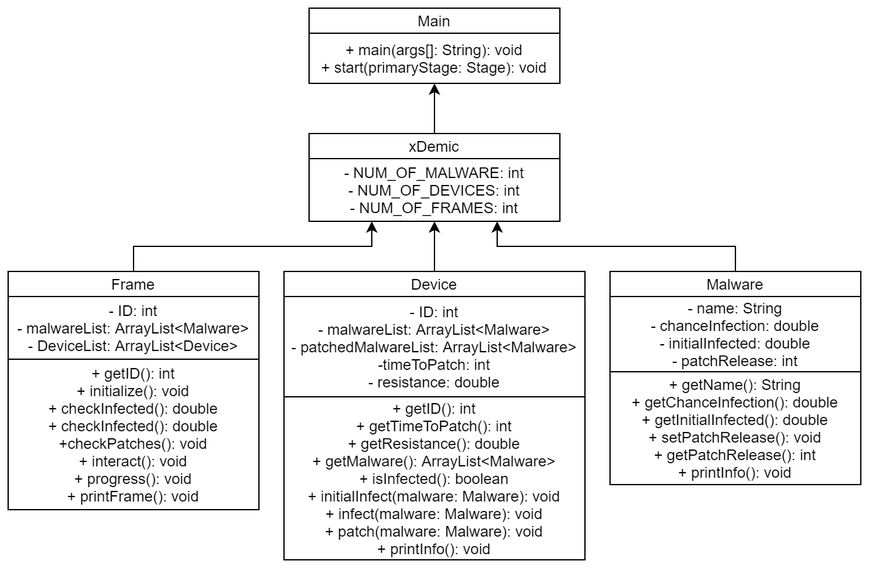
Earlier version of the draw.io export xDemic/doc/uml.png (JakobH3/xDemic). Source tidied: cells renumbered, new cells last; positions are measured from the earlier drawing's top-left corner, leaving out a move shared by most shapes.
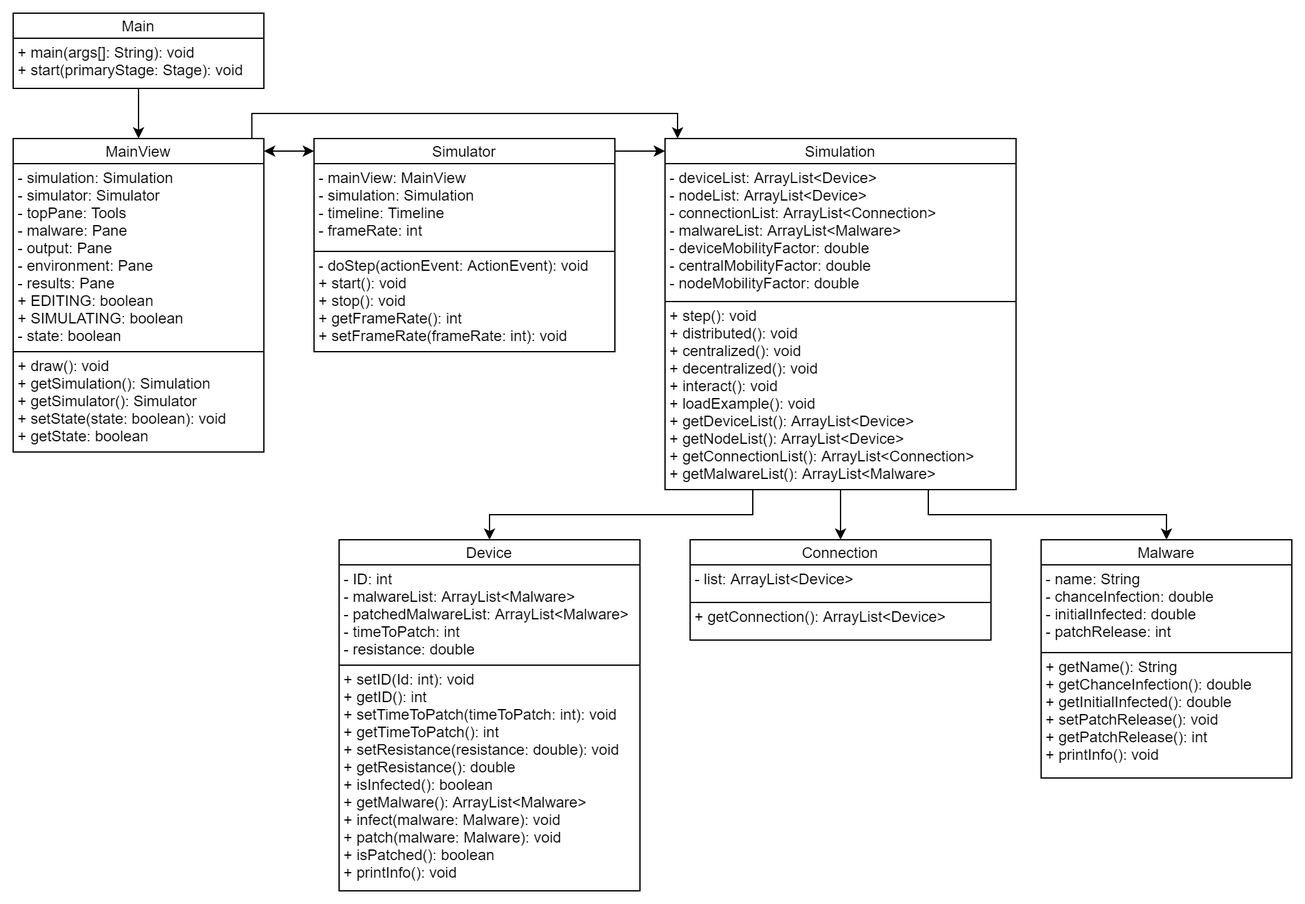
After the commit.

What changed in the source:
```diff
@@ -2,63 +2,93 @@
   <root>
     <mxCell id="0" />
     <mxCell id="1" parent="0" />
-    <mxCell id="2" value="xDemic" style="rounded=0;whiteSpace=wrap;html=1;" parent="1" vertex="1">
-      <mxGeometry x="240" y="100" width="200" height="20" as="geometry" />
-    </mxCell>
-    <mxCell id="3" value="- NUM_OF_MALWARE: int&lt;br&gt;- NUM_OF_DEVICES: int&lt;br&gt;- NUM_OF_FRAMES: int" style="rounded=0;whiteSpace=wrap;html=1;" parent="1" vertex="1">
-      <mxGeometry x="240" y="120" width="200" height="50" as="geometry" />
-    </mxCell>
-    <mxCell id="4" style="edgeStyle=orthogonalEdgeStyle;rounded=0;jettySize=auto;html=1;exitX=0.5;exitY=0;exitDx=0;exitDy=0;entryX=0.5;entryY=1;entryDx=0;entryDy=0;" parent="1" edge="1" source="5" target="3">
-      <mxGeometry relative="1" as="geometry" />
-    </mxCell>
     <mxCell id="5" value="Device" style="rounded=0;whiteSpace=wrap;html=1;" parent="1" vertex="1">
-      <mxGeometry x="220" y="210" width="240" height="20" as="geometry" />
+      <mxGeometry x="660" y="450" width="240" height="20" as="geometry" />
     </mxCell>
-    <mxCell id="6" value="- ID: int&lt;br&gt;- malwareList: ArrayList&amp;lt;Malware&amp;gt;&lt;br&gt;- patchedMalwareList: ArrayList&amp;lt;Malware&amp;gt;&lt;br&gt;-timeToPatch: int&lt;br&gt;- resistance: double" style="rounded=0;whiteSpace=wrap;html=1;" parent="1" vertex="1">
-      <mxGeometry x="220" y="230" width="240" height="80" as="geometry" />
+    <mxCell id="6" value="- ID: int&lt;br&gt;- malwareList: ArrayList&amp;lt;Malware&amp;gt;&lt;br&gt;- patchedMalwareList: ArrayList&amp;lt;Malware&amp;gt;&lt;br&gt;- timeToPatch: int&lt;br&gt;- resistance: double" style="rounded=0;whiteSpace=wrap;html=1;align=left;verticalAlign=top;spacingLeft=4;spacing=0;" parent="1" vertex="1">
+      <mxGeometry x="660" y="470" width="240" height="80" as="geometry" />
     </mxCell>
-    <mxCell id="7" value="+ getID(): int&lt;br&gt;+ getTimeToPatch(): int&lt;br&gt;+ getResistance(): double&lt;br&gt;+ getMalware(): ArrayList&amp;lt;Malware&amp;gt;&lt;br&gt;+ isInfected(): boolean&lt;br&gt;+ initialInfect(malware: Malware): void&lt;br&gt;+ infect(malware: Malware): void&lt;br&gt;+ patch(malware: Malware): void&lt;br&gt;+ printInfo(): void" style="rounded=0;whiteSpace=wrap;html=1;" parent="1" vertex="1">
-      <mxGeometry x="220" y="310" width="240" height="130" as="geometry" />
+    <mxCell id="7" value="+ setID(Id: int): void&lt;br&gt;+ getID(): int&lt;br&gt;+ setTimeToPatch(timeToPatch: int): void&lt;br&gt;+ getTimeToPatch(): int&lt;br&gt;+ setResistance(resistance: double): void&lt;br&gt;+ getResistance(): double&lt;br&gt;+ isInfected(): boolean&lt;br&gt;+ getMalware(): ArrayList&amp;lt;Malware&amp;gt;&lt;br&gt;+ infect(malware: Malware): void&lt;br&gt;+ patch(malware: Malware): void&lt;br&gt;+ isPatched(): boolean&lt;br&gt;+ printInfo(): void" style="rounded=0;whiteSpace=wrap;html=1;align=left;verticalAlign=top;spacingLeft=4;spacing=0;" parent="1" vertex="1">
+      <mxGeometry x="660" y="550" width="240" height="180" as="geometry" />
     </mxCell>
-    <mxCell id="8" style="edgeStyle=orthogonalEdgeStyle;rounded=0;jettySize=auto;html=1;entryX=0.75;entryY=1;entryDx=0;entryDy=0;" parent="1" edge="1" source="9" target="3">
-      <mxGeometry relative="1" as="geometry">
-        <Array as="points">
-          <mxPoint x="580" y="190" />
-          <mxPoint x="390" y="190" />
-        </Array>
-      </mxGeometry>
-    </mxCell>
     <mxCell id="9" value="Malware" style="rounded=0;whiteSpace=wrap;html=1;" parent="1" vertex="1">
-      <mxGeometry x="480" y="210" width="200" height="20" as="geometry" />
+      <mxGeometry x="1220" y="450" width="200" height="20" as="geometry" />
     </mxCell>
-    <mxCell id="10" value="- name: String&lt;br&gt;- chanceInfection: double&lt;br&gt;- initialInfected: double&lt;br&gt;- patchRelease: int" style="rounded=0;whiteSpace=wrap;html=1;" parent="1" vertex="1">
-      <mxGeometry x="480" y="230" width="200" height="60" as="geometry" />
+    <mxCell id="10" value="- name: String&lt;br&gt;- chanceInfection: double&lt;br&gt;- initialInfected: double&lt;br&gt;- patchRelease: int" style="rounded=0;whiteSpace=wrap;html=1;align=left;verticalAlign=top;spacingLeft=4;spacing=0;" parent="1" vertex="1">
+      <mxGeometry x="1220" y="470" width="200" height="70" as="geometry" />
     </mxCell>
-    <mxCell id="11" value="+ getName(): String&lt;br&gt;+ getChanceInfection(): double&lt;br&gt;+ getInitialInfected(): double&lt;br&gt;+ setPatchRelease(): void&lt;br&gt;+ getPatchRelease(): int&lt;br&gt;+ printInfo(): void" style="rounded=0;whiteSpace=wrap;html=1;" parent="1" vertex="1">
-      <mxGeometry x="480" y="290" width="200" height="90" as="geometry" />
+    <mxCell id="11" value="+ getName(): String&lt;br&gt;+ getChanceInfection(): double&lt;br&gt;+ getInitialInfected(): double&lt;br&gt;+ setPatchRelease(): void&lt;br&gt;+ getPatchRelease(): int&lt;br&gt;+ printInfo(): void" style="rounded=0;whiteSpace=wrap;html=1;align=left;verticalAlign=top;spacingLeft=4;spacing=0;" parent="1" vertex="1">
+      <mxGeometry x="1220" y="540" width="200" height="100" as="geometry" />
     </mxCell>
     <mxCell id="12" value="Main" style="rounded=0;whiteSpace=wrap;html=1;" parent="1" vertex="1">
-      <mxGeometry x="240" width="200" height="20" as="geometry" />
+      <mxGeometry x="400" y="30" width="200" height="20" as="geometry" />
     </mxCell>
-    <mxCell id="13" style="edgeStyle=orthogonalEdgeStyle;rounded=0;jettySize=auto;html=1;" parent="1" edge="1" target="14">
-      <mxGeometry relative="1" as="geometry">
-        <mxPoint x="340" y="100" as="sourcePoint" />
-      </mxGeometry>
-    </mxCell>
+    <mxCell id="19" style="edgeStyle=orthogonalEdgeStyle;rounded=0;jettySize=auto;html=1;exitX=0.5;exitY=1;exitDx=0;exitDy=0;entryX=0.5;entryY=0;entryDx=0;entryDy=0;" parent="1" edge="1" source="14" target="22">
+      <mxGeometry relative="1" as="geometry" />
+    </mxCell>
-    <mxCell id="14" value="+ main(args[]: String): void&lt;br&gt;+ start(primaryStage: Stage): void" style="rounded=0;whiteSpace=wrap;html=1;" parent="1" vertex="1">
-      <mxGeometry x="240" y="20" width="200" height="40" as="geometry" />
+    <mxCell id="14" value="+ main(args[]: String): void&lt;br&gt;+ start(primaryStage: Stage): void" style="rounded=0;whiteSpace=wrap;html=1;align=left;verticalAlign=top;spacingLeft=4;spacing=0;" parent="1" vertex="1">
+      <mxGeometry x="400" y="50" width="200" height="40" as="geometry" />
     </mxCell>
-    <mxCell id="15" style="edgeStyle=orthogonalEdgeStyle;rounded=0;jettySize=auto;html=1;exitX=0.5;exitY=0;exitDx=0;exitDy=0;entryX=0.25;entryY=1;entryDx=0;entryDy=0;" parent="1" edge="1" source="16" target="3">
-      <mxGeometry relative="1" as="geometry" />
-    </mxCell>
-    <mxCell id="16" value="Frame" style="rounded=0;whiteSpace=wrap;html=1;" parent="1" vertex="1">
-      <mxGeometry y="210" width="200" height="20" as="geometry" />
-    </mxCell>
-    <mxCell id="17" value="- ID: int&lt;br&gt;- malwareList: ArrayList&amp;lt;Malware&amp;gt;&lt;br&gt;- DeviceList: ArrayList&amp;lt;Device&amp;gt;" style="rounded=0;whiteSpace=wrap;html=1;" parent="1" vertex="1">
-      <mxGeometry y="230" width="200" height="50" as="geometry" />
-    </mxCell>
-    <mxCell id="18" value="+ getID(): int&lt;br&gt;+ initialize(): void&lt;br&gt;+ checkInfected(): double&lt;br&gt;+ checkInfected(): double&lt;br&gt;+checkPatches(): void&lt;br&gt;+ interact(): void&lt;br&gt;+ progress(): void&lt;br&gt;+ printFrame(): void" style="rounded=0;whiteSpace=wrap;html=1;" parent="1" vertex="1">
-      <mxGeometry y="280" width="200" height="120" as="geometry" />
-    </mxCell>
+    <mxCell id="20" style="edgeStyle=orthogonalEdgeStyle;rounded=0;jettySize=auto;html=1;exitX=1;exitY=0.5;exitDx=0;exitDy=0;entryX=0;entryY=0.5;entryDx=0;entryDy=0;startArrow=classic;startFill=1;" parent="1" edge="1" source="22" target="26">
+      <mxGeometry relative="1" as="geometry" />
+    </mxCell>
+    <mxCell id="21" style="edgeStyle=orthogonalEdgeStyle;rounded=0;jettySize=auto;html=1;exitX=0.952;exitY=-0.017;exitDx=0;exitDy=0;startArrow=none;startFill=0;exitPerimeter=0;" parent="1" edge="1" source="22">
+      <mxGeometry relative="1" as="geometry">
+        <mxPoint x="930" y="130" as="targetPoint" />
+        <Array as="points">
+          <mxPoint x="590" y="110" />
+          <mxPoint x="930" y="110" />
+          <mxPoint x="930" y="120" />
+        </Array>
+      </mxGeometry>
+    </mxCell>
+    <mxCell id="22" value="MainView" style="rounded=0;whiteSpace=wrap;html=1;" parent="1" vertex="1">
+      <mxGeometry x="400" y="130" width="200" height="20" as="geometry" />
+    </mxCell>
+    <mxCell id="23" value="- simulation: Simulation&lt;br&gt;- simulator: Simulator&lt;br&gt;- topPane: Tools&lt;br&gt;- malware: Pane&lt;br&gt;- output: Pane&lt;br&gt;- environment: Pane&lt;br&gt;- results: Pane&lt;br&gt;+ EDITING: boolean&lt;br&gt;+ SIMULATING: boolean&lt;br&gt;- state: boolean" style="rounded=0;whiteSpace=wrap;html=1;align=left;verticalAlign=top;spacingLeft=4;spacing=0;" parent="1" vertex="1">
+      <mxGeometry x="400" y="150" width="200" height="150" as="geometry" />
+    </mxCell>
+    <mxCell id="24" value="+ draw(): void&lt;br&gt;+ getSimulation(): Simulation&lt;br&gt;+ getSimulator(): Simulator&lt;br&gt;+ setState(state: boolean): void&lt;br&gt;+ getState: boolean" style="rounded=0;whiteSpace=wrap;html=1;align=left;verticalAlign=top;spacingLeft=4;spacing=0;" parent="1" vertex="1">
+      <mxGeometry x="400" y="300" width="200" height="80" as="geometry" />
+    </mxCell>
+    <mxCell id="25" style="edgeStyle=orthogonalEdgeStyle;rounded=0;jettySize=auto;html=1;exitX=1;exitY=0.5;exitDx=0;exitDy=0;entryX=0;entryY=0.5;entryDx=0;entryDy=0;startArrow=none;startFill=0;" parent="1" edge="1" source="26" target="29">
+      <mxGeometry relative="1" as="geometry" />
+    </mxCell>
+    <mxCell id="26" value="Simulator" style="rounded=0;whiteSpace=wrap;html=1;" parent="1" vertex="1">
+      <mxGeometry x="640" y="130" width="240" height="20" as="geometry" />
+    </mxCell>
+    <mxCell id="27" value="- mainView: MainView&lt;br&gt;- simulation: Simulation&lt;br&gt;- timeline: Timeline&lt;br&gt;- frameRate: int" style="rounded=0;whiteSpace=wrap;html=1;align=left;verticalAlign=top;spacingLeft=4;spacing=0;" parent="1" vertex="1">
+      <mxGeometry x="640" y="150" width="240" height="70" as="geometry" />
+    </mxCell>
+    <mxCell id="28" value="- doStep(actionEvent: ActionEvent): void&lt;br&gt;+ start(): void&lt;br&gt;+ stop(): void&lt;br&gt;+ getFrameRate(): int&lt;br&gt;+ setFrameRate(frameRate: int): void" style="rounded=0;whiteSpace=wrap;html=1;align=left;verticalAlign=top;spacingLeft=4;spacing=0;" parent="1" vertex="1">
+      <mxGeometry x="640" y="220" width="240" height="80" as="geometry" />
+    </mxCell>
+    <mxCell id="29" value="Simulation" style="rounded=0;whiteSpace=wrap;html=1;" parent="1" vertex="1">
+      <mxGeometry x="920" y="130" width="280" height="20" as="geometry" />
+    </mxCell>
+    <mxCell id="30" style="edgeStyle=orthogonalEdgeStyle;rounded=0;jettySize=auto;html=1;exitX=0.5;exitY=1;exitDx=0;exitDy=0;entryX=0.5;entryY=0;entryDx=0;entryDy=0;startArrow=none;startFill=0;" parent="1" edge="1" source="33" target="35">
+      <mxGeometry relative="1" as="geometry" />
+    </mxCell>
+    <mxCell id="31" style="edgeStyle=orthogonalEdgeStyle;rounded=0;jettySize=auto;html=1;exitX=0.75;exitY=1;exitDx=0;exitDy=0;entryX=0.5;entryY=0;entryDx=0;entryDy=0;startArrow=none;startFill=0;" parent="1" edge="1" source="33" target="9">
+      <mxGeometry relative="1" as="geometry" />
+    </mxCell>
+    <mxCell id="32" style="edgeStyle=orthogonalEdgeStyle;rounded=0;jettySize=auto;html=1;exitX=0.25;exitY=1;exitDx=0;exitDy=0;entryX=0.5;entryY=0;entryDx=0;entryDy=0;startArrow=none;startFill=0;" parent="1" edge="1" source="33" target="5">
+      <mxGeometry relative="1" as="geometry" />
+    </mxCell>
+    <mxCell id="33" value="+ step(): void&lt;br&gt;+ distributed(): void&lt;br&gt;+ centralized(): void&lt;br&gt;+ decentralized(): void&lt;br&gt;+ interact(): void&lt;br&gt;+ loadExample(): void&lt;br&gt;+ getDeviceList(): ArrayList&amp;lt;Device&amp;gt;&lt;br&gt;+ getNodeList(): ArrayList&amp;lt;Device&amp;gt;&lt;br&gt;+ getConnectionList(): ArrayList&amp;lt;Connection&amp;gt;&lt;br&gt;+ getMalwareList(): ArrayList&amp;lt;Malware&amp;gt;" style="rounded=0;whiteSpace=wrap;html=1;align=left;verticalAlign=top;spacingLeft=4;spacing=0;" parent="1" vertex="1">
+      <mxGeometry x="920" y="260" width="280" height="150" as="geometry" />
+    </mxCell>
+    <mxCell id="34" value="- deviceList: ArrayList&amp;lt;Device&amp;gt;&lt;br&gt;- nodeList: ArrayList&amp;lt;Device&amp;gt;&lt;br&gt;- connectionList: ArrayList&amp;lt;Connection&amp;gt;&lt;br&gt;- malwareList: ArrayList&amp;lt;Malware&amp;gt;&lt;br&gt;- deviceMobilityFactor: double&lt;br&gt;- centralMobilityFactor: double&lt;br&gt;- nodeMobilityFactor: double" style="rounded=0;whiteSpace=wrap;html=1;align=left;verticalAlign=top;spacingLeft=4;spacing=0;" parent="1" vertex="1">
+      <mxGeometry x="920" y="150" width="280" height="110" as="geometry" />
+    </mxCell>
+    <mxCell id="35" value="Connection" style="rounded=0;whiteSpace=wrap;html=1;" parent="1" vertex="1">
+      <mxGeometry x="940" y="450" width="240" height="20" as="geometry" />
+    </mxCell>
+    <mxCell id="36" value="- list: ArrayList&amp;lt;Device&amp;gt;" style="rounded=0;whiteSpace=wrap;html=1;align=left;verticalAlign=top;spacingLeft=4;spacing=0;" parent="1" vertex="1">
+      <mxGeometry x="940" y="470" width="240" height="30" as="geometry" />
+    </mxCell>
+    <mxCell id="37" value="+ getConnection(): ArrayList&amp;lt;Device&amp;gt;" style="rounded=0;whiteSpace=wrap;html=1;align=left;verticalAlign=top;spacingLeft=4;spacing=0;" parent="1" vertex="1">
+      <mxGeometry x="940" y="500" width="240" height="30" as="geometry" />
+    </mxCell>
   </root>
 </mxGraphModel>
```
